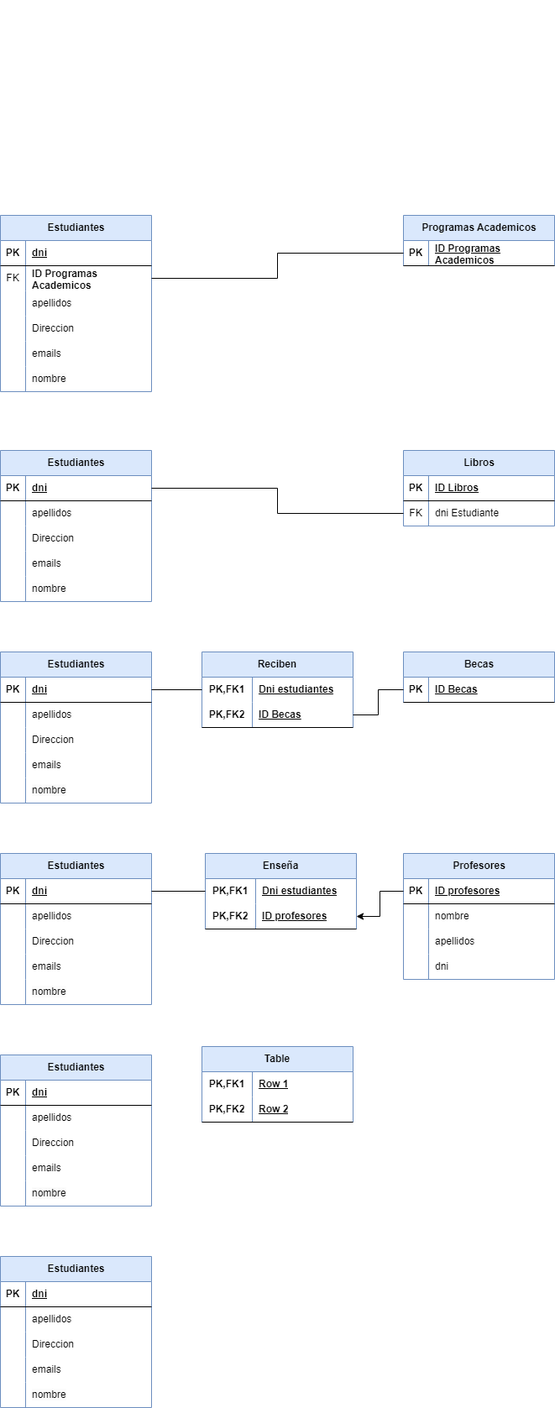
Before: modelo-mr/images/Modelo-mr.drawio.png, a diagram exported from draw.io (JVC0/ProyectoBBDD). Source tidied: cells renumbered, new cells last; positions are measured from the earlier drawing's top-left corner, leaving out a move shared by most shapes.
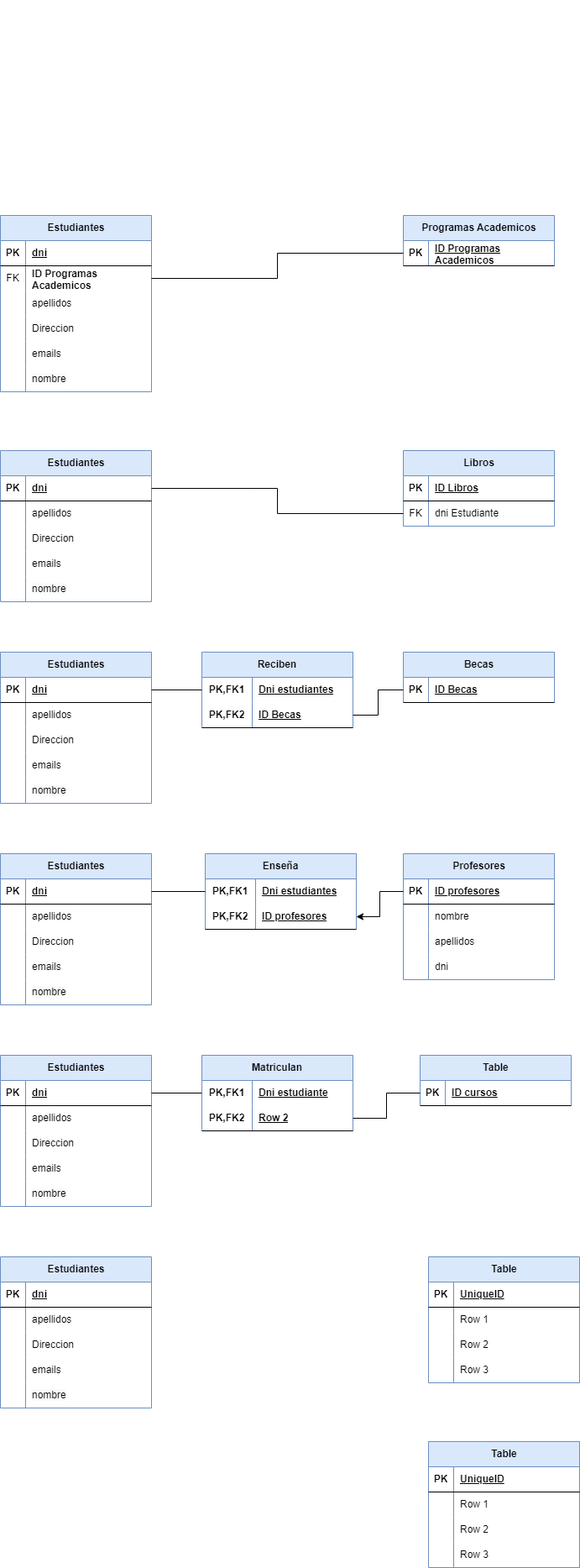
The same diagram one commit later.

Change to the diagram source:
```diff
@@ -443,8 +443,8 @@
     <mxCell id="148" value="&lt;span style=&quot;color: rgb(0, 0, 0); font-family: Helvetica; font-size: 12px; font-style: normal; font-variant-ligatures: normal; font-variant-caps: normal; font-weight: 400; letter-spacing: normal; orphans: 2; text-align: left; text-indent: 0px; text-transform: none; widows: 2; word-spacing: 0px; -webkit-text-stroke-width: 0px; background-color: rgb(251, 251, 251); text-decoration-thickness: initial; text-decoration-style: initial; text-decoration-color: initial; float: none; display: inline !important;&quot;&gt;nombre&lt;/span&gt;&lt;br&gt;" style="shape=partialRectangle;fillColor=none;top=0;left=0;bottom=0;right=0;align=left;spacingLeft=6;overflow=hidden;whiteSpace=wrap;html=1;" parent="146" vertex="1">
       <mxGeometry x="30" width="150" height="30" as="geometry" />
     </mxCell>
-    <mxCell id="149" value="Table" style="shape=table;startSize=30;rowLines=0;fontStyle=1;align=center;html=1;whiteSpace=wrap;fillColor=#dae8fc;strokeColor=#6c8ebf;" parent="1" vertex="1">
-      <mxGeometry x="240" y="990" width="180" height="90" as="geometry" />
+    <mxCell id="149" value="Matriculan" style="shape=table;startSize=30;rowLines=0;fontStyle=1;align=center;html=1;whiteSpace=wrap;fillColor=#dae8fc;strokeColor=#6c8ebf;" parent="1" vertex="1">
+      <mxGeometry x="240" y="1000" width="180" height="90" as="geometry" />
     </mxCell>
     <mxCell id="150" style="shape=tableRow;horizontal=0;startSize=0;swimlaneHead=0;swimlaneBody=0;fillColor=none;points=[[0,0.5],[1,0.5]];portConstraint=eastwest;top=0;left=0;right=0;bottom=0;html=1;" parent="149" vertex="1">
       <mxGeometry y="30" width="180" height="30" as="geometry" />
@@ -452,7 +452,7 @@
     <mxCell id="151" value="PK,FK1" style="shape=partialRectangle;fillColor=none;top=0;left=0;bottom=0;right=0;fontStyle=1;overflow=hidden;html=1;whiteSpace=wrap;" parent="150" vertex="1">
       <mxGeometry width="60" height="30" as="geometry" />
     </mxCell>
-    <mxCell id="152" value="Row 1" style="shape=partialRectangle;fillColor=none;top=0;left=0;bottom=0;right=0;align=left;spacingLeft=6;fontStyle=5;overflow=hidden;html=1;whiteSpace=wrap;" parent="150" vertex="1">
+    <mxCell id="152" value="Dni estudiante" style="shape=partialRectangle;fillColor=none;top=0;left=0;bottom=0;right=0;align=left;spacingLeft=6;fontStyle=5;overflow=hidden;html=1;whiteSpace=wrap;" parent="150" vertex="1">
       <mxGeometry x="60" width="120" height="30" as="geometry" />
     </mxCell>
     <mxCell id="153" style="shape=tableRow;horizontal=0;startSize=0;swimlaneHead=0;swimlaneBody=0;fillColor=none;points=[[0,0.5],[1,0.5]];portConstraint=eastwest;top=0;left=0;right=0;bottom=1;html=1;" parent="149" vertex="1">
@@ -464,5 +464,101 @@
     <mxCell id="155" value="Row 2" style="shape=partialRectangle;fillColor=none;top=0;left=0;bottom=0;right=0;align=left;spacingLeft=6;fontStyle=5;overflow=hidden;html=1;whiteSpace=wrap;" parent="153" vertex="1">
       <mxGeometry x="60" width="120" height="30" as="geometry" />
     </mxCell>
+    <mxCell id="156" style="edgeStyle=orthogonalEdgeStyle;rounded=0;jettySize=auto;html=1;entryX=1;entryY=0.5;entryDx=0;entryDy=0;endArrow=none;endFill=0;" parent="1" edge="1" source="150" target="100">
+      <mxGeometry relative="1" as="geometry" />
+    </mxCell>
+    <mxCell id="157" value="Table" style="shape=table;startSize=30;rowLines=0;fontStyle=1;align=center;html=1;fillColor=#dae8fc;strokeColor=#6c8ebf;" parent="1" vertex="1">
+      <mxGeometry x="500" y="1000" width="180" height="60" as="geometry" />
+    </mxCell>
+    <mxCell id="158" style="shape=tableRow;horizontal=0;startSize=0;swimlaneHead=0;swimlaneBody=0;fillColor=none;points=[[0,0.5],[1,0.5]];portConstraint=eastwest;top=0;left=0;right=0;bottom=1;" parent="157" vertex="1">
+      <mxGeometry y="30" width="180" height="30" as="geometry" />
+    </mxCell>
+    <mxCell id="159" value="PK" style="shape=partialRectangle;fillColor=none;top=0;left=0;bottom=0;right=0;fontStyle=1;overflow=hidden;whiteSpace=wrap;html=1;" parent="158" vertex="1">
+      <mxGeometry width="30" height="30" as="geometry" />
+    </mxCell>
+    <mxCell id="160" value="ID cursos" style="shape=partialRectangle;fillColor=none;top=0;left=0;bottom=0;right=0;align=left;spacingLeft=6;fontStyle=5;overflow=hidden;whiteSpace=wrap;html=1;" parent="158" vertex="1">
+      <mxGeometry x="30" width="150" height="30" as="geometry" />
+    </mxCell>
+    <mxCell id="161" value="Table" style="shape=table;startSize=30;rowLines=0;fontStyle=1;align=center;html=1;fillColor=#dae8fc;strokeColor=#6c8ebf;" parent="1" vertex="1">
+      <mxGeometry x="510" y="1240" width="180" height="150" as="geometry" />
+    </mxCell>
+    <mxCell id="162" style="shape=tableRow;horizontal=0;startSize=0;swimlaneHead=0;swimlaneBody=0;fillColor=none;top=0;left=0;right=0;bottom=1;" parent="161" vertex="1">
+      <mxGeometry y="30" width="180" height="30" as="geometry" />
+    </mxCell>
+    <mxCell id="163" value="PK" style="shape=partialRectangle;fillColor=none;top=0;left=0;bottom=0;right=0;fontStyle=1;overflow=hidden;whiteSpace=wrap;html=1;" parent="162" vertex="1">
+      <mxGeometry width="30" height="30" as="geometry" />
+    </mxCell>
+    <mxCell id="164" value="UniqueID" style="shape=partialRectangle;fillColor=none;top=0;left=0;bottom=0;right=0;align=left;spacingLeft=6;fontStyle=5;overflow=hidden;whiteSpace=wrap;html=1;" parent="162" vertex="1">
+      <mxGeometry x="30" width="150" height="30" as="geometry" />
+    </mxCell>
+    <mxCell id="165" style="shape=tableRow;horizontal=0;startSize=0;swimlaneHead=0;swimlaneBody=0;fillColor=none;top=0;left=0;right=0;bottom=0;" parent="161" vertex="1">
+      <mxGeometry y="60" width="180" height="30" as="geometry" />
+    </mxCell>
+    <mxCell id="166" style="shape=partialRectangle;fillColor=none;top=0;left=0;bottom=0;right=0;overflow=hidden;whiteSpace=wrap;html=1;" parent="165" vertex="1">
+      <mxGeometry width="30" height="30" as="geometry" />
+    </mxCell>
+    <mxCell id="167" value="Row 1" style="shape=partialRectangle;fillColor=none;top=0;left=0;bottom=0;right=0;align=left;spacingLeft=6;overflow=hidden;whiteSpace=wrap;html=1;" parent="165" vertex="1">
+      <mxGeometry x="30" width="150" height="30" as="geometry" />
+    </mxCell>
+    <mxCell id="168" style="shape=tableRow;horizontal=0;startSize=0;swimlaneHead=0;swimlaneBody=0;fillColor=none;top=0;left=0;right=0;bottom=0;" parent="161" vertex="1">
+      <mxGeometry y="90" width="180" height="30" as="geometry" />
+    </mxCell>
+    <mxCell id="169" style="shape=partialRectangle;fillColor=none;top=0;left=0;bottom=0;right=0;overflow=hidden;whiteSpace=wrap;html=1;" parent="168" vertex="1">
+      <mxGeometry width="30" height="30" as="geometry" />
+    </mxCell>
+    <mxCell id="170" value="Row 2" style="shape=partialRectangle;fillColor=none;top=0;left=0;bottom=0;right=0;align=left;spacingLeft=6;overflow=hidden;whiteSpace=wrap;html=1;" parent="168" vertex="1">
+      <mxGeometry x="30" width="150" height="30" as="geometry" />
+    </mxCell>
+    <mxCell id="171" style="shape=tableRow;horizontal=0;startSize=0;swimlaneHead=0;swimlaneBody=0;fillColor=none;top=0;left=0;right=0;bottom=0;" parent="161" vertex="1">
+      <mxGeometry y="120" width="180" height="30" as="geometry" />
+    </mxCell>
+    <mxCell id="172" style="shape=partialRectangle;fillColor=none;top=0;left=0;bottom=0;right=0;overflow=hidden;whiteSpace=wrap;html=1;" parent="171" vertex="1">
+      <mxGeometry width="30" height="30" as="geometry" />
+    </mxCell>
+    <mxCell id="173" value="Row 3" style="shape=partialRectangle;fillColor=none;top=0;left=0;bottom=0;right=0;align=left;spacingLeft=6;overflow=hidden;whiteSpace=wrap;html=1;" parent="171" vertex="1">
+      <mxGeometry x="30" width="150" height="30" as="geometry" />
+    </mxCell>
+    <mxCell id="174" value="Table" style="shape=table;startSize=30;rowLines=0;fontStyle=1;align=center;html=1;fillColor=#dae8fc;strokeColor=#6c8ebf;" parent="1" vertex="1">
+      <mxGeometry x="510" y="1460" width="180" height="150" as="geometry" />
+    </mxCell>
+    <mxCell id="175" style="shape=tableRow;horizontal=0;startSize=0;swimlaneHead=0;swimlaneBody=0;fillColor=none;top=0;left=0;right=0;bottom=1;" parent="174" vertex="1">
+      <mxGeometry y="30" width="180" height="30" as="geometry" />
+    </mxCell>
+    <mxCell id="176" value="PK" style="shape=partialRectangle;fillColor=none;top=0;left=0;bottom=0;right=0;fontStyle=1;overflow=hidden;whiteSpace=wrap;html=1;" parent="175" vertex="1">
+      <mxGeometry width="30" height="30" as="geometry" />
+    </mxCell>
+    <mxCell id="177" value="UniqueID" style="shape=partialRectangle;fillColor=none;top=0;left=0;bottom=0;right=0;align=left;spacingLeft=6;fontStyle=5;overflow=hidden;whiteSpace=wrap;html=1;" parent="175" vertex="1">
+      <mxGeometry x="30" width="150" height="30" as="geometry" />
+    </mxCell>
+    <mxCell id="178" style="shape=tableRow;horizontal=0;startSize=0;swimlaneHead=0;swimlaneBody=0;fillColor=none;top=0;left=0;right=0;bottom=0;" parent="174" vertex="1">
+      <mxGeometry y="60" width="180" height="30" as="geometry" />
+    </mxCell>
+    <mxCell id="179" style="shape=partialRectangle;fillColor=none;top=0;left=0;bottom=0;right=0;overflow=hidden;whiteSpace=wrap;html=1;" parent="178" vertex="1">
+      <mxGeometry width="30" height="30" as="geometry" />
+    </mxCell>
+    <mxCell id="180" value="Row 1" style="shape=partialRectangle;fillColor=none;top=0;left=0;bottom=0;right=0;align=left;spacingLeft=6;overflow=hidden;whiteSpace=wrap;html=1;" parent="178" vertex="1">
+      <mxGeometry x="30" width="150" height="30" as="geometry" />
+    </mxCell>
+    <mxCell id="181" style="shape=tableRow;horizontal=0;startSize=0;swimlaneHead=0;swimlaneBody=0;fillColor=none;top=0;left=0;right=0;bottom=0;" parent="174" vertex="1">
+      <mxGeometry y="90" width="180" height="30" as="geometry" />
+    </mxCell>
+    <mxCell id="182" style="shape=partialRectangle;fillColor=none;top=0;left=0;bottom=0;right=0;overflow=hidden;whiteSpace=wrap;html=1;" parent="181" vertex="1">
+      <mxGeometry width="30" height="30" as="geometry" />
+    </mxCell>
+    <mxCell id="183" value="Row 2" style="shape=partialRectangle;fillColor=none;top=0;left=0;bottom=0;right=0;align=left;spacingLeft=6;overflow=hidden;whiteSpace=wrap;html=1;" parent="181" vertex="1">
+      <mxGeometry x="30" width="150" height="30" as="geometry" />
+    </mxCell>
+    <mxCell id="184" style="shape=tableRow;horizontal=0;startSize=0;swimlaneHead=0;swimlaneBody=0;fillColor=none;top=0;left=0;right=0;bottom=0;" parent="174" vertex="1">
+      <mxGeometry y="120" width="180" height="30" as="geometry" />
+    </mxCell>
+    <mxCell id="185" style="shape=partialRectangle;fillColor=none;top=0;left=0;bottom=0;right=0;overflow=hidden;whiteSpace=wrap;html=1;" parent="184" vertex="1">
+      <mxGeometry width="30" height="30" as="geometry" />
+    </mxCell>
+    <mxCell id="186" value="Row 3" style="shape=partialRectangle;fillColor=none;top=0;left=0;bottom=0;right=0;align=left;spacingLeft=6;overflow=hidden;whiteSpace=wrap;html=1;" parent="184" vertex="1">
+      <mxGeometry x="30" width="150" height="30" as="geometry" />
+    </mxCell>
+    <mxCell id="187" style="edgeStyle=orthogonalEdgeStyle;rounded=0;jettySize=auto;html=1;entryX=1;entryY=0.5;entryDx=0;entryDy=0;endArrow=none;endFill=0;" parent="1" edge="1" source="158" target="153">
+      <mxGeometry relative="1" as="geometry" />
+    </mxCell>
   </root>
 </mxGraphModel>
```
